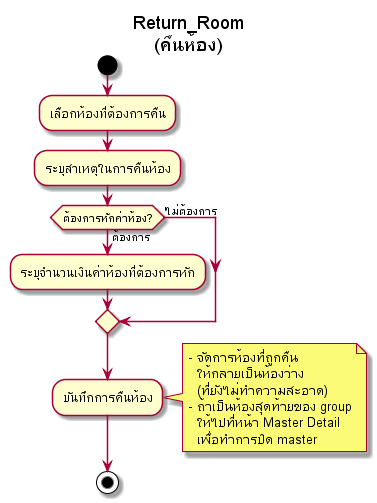
Above: out/activity-diagram/Check-in/Return_Room/Return_Room(คืนห้อง).png in cheat13/Prompiman_Diagram (PlantUML), before the change. Source of this version:
```plantuml
@startuml
title Return_Room\n(คืนห้อง)
start

:เลือกห้องที่ต้องการคืน;
:ระบุสาเหตุในการคืนห้อง;

if (ต้องการหักค่าห้อง?) then (ต้องการ)
    :ระบุจำนวนเงินค่าห้องที่ต้องการหัก;
else (ไม่ต้องการ)
endif

:บันทึกการคืนห้อง;
note right
    - จัดการห้องที่ถูกคืน
      ให้กลายเป็นห้องว่าง
      (ที่ยังไม่ทำความสะอาด)
    - ถ้าเป็นห้องสุดท้ายของ group
      ให้ไปที่หน้า Master Detail
      เพื่อทำการปิด master
endnote

stop
@enduml
```
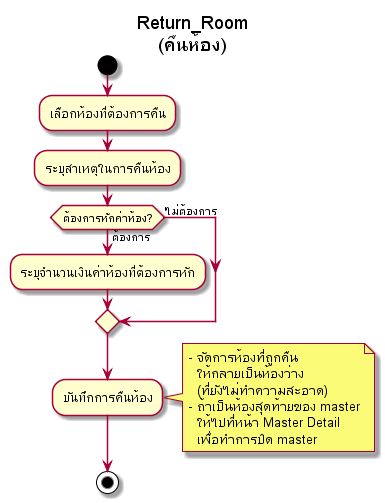
The same diagram one commit later.

The edit, as a diff of the source:
```diff
@@ -15,7 +15,7 @@
     - จัดการห้องที่ถูกคืน
       ให้กลายเป็นห้องว่าง
       (ที่ยังไม่ทำความสะอาด)
-    - ถ้าเป็นห้องสุดท้ายของ group
+    - ถ้าเป็นห้องสุดท้ายของ master
       ให้ไปที่หน้า Master Detail
       เพื่อทำการปิด master
 endnote
```
